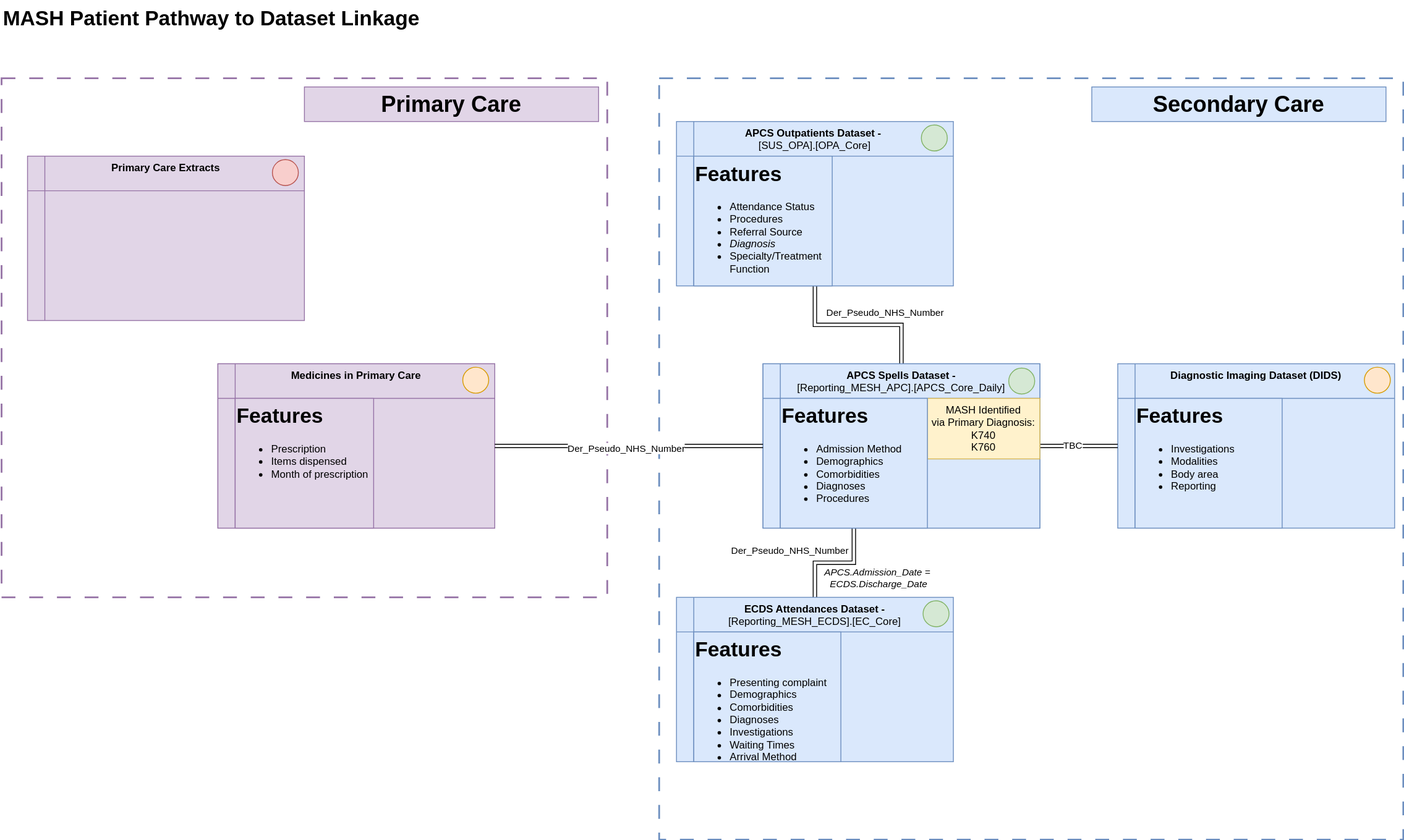
The draw.io diagram images/dataset_pathway_linkage.drawio.svg in NHS-Transformation-Unit/HSDS_MASH, before a commit. Source tidied: cells renumbered, new cells last; positions are measured from the earlier drawing's top-left corner, leaving out a move shared by most shapes. Its diagram source:
```xml
<mxGraphModel>
  <root>
    <mxCell id="0" />
    <mxCell id="1" parent="0" />
    <mxCell id="2" style="rounded=0;whiteSpace=wrap;html=1;fillColor=none;strokeColor=#9673a6;strokeWidth=2;dashed=1;dashPattern=8 8;" parent="1" vertex="1">
      <mxGeometry y="90" width="700" height="600" as="geometry" />
    </mxCell>
    <mxCell id="3" style="rounded=0;whiteSpace=wrap;html=1;fillColor=none;strokeColor=#6c8ebf;dashed=1;dashPattern=8 8;strokeWidth=2;perimeterSpacing=0;" parent="1" vertex="1">
      <mxGeometry x="760" y="90" width="860" height="880" as="geometry" />
    </mxCell>
    <mxCell id="4" style="edgeStyle=orthogonalEdgeStyle;rounded=0;jettySize=auto;html=1;entryX=0.5;entryY=1;entryDx=0;entryDy=0;shape=link;" parent="1" edge="1" source="25" target="20">
      <mxGeometry relative="1" as="geometry" />
    </mxCell>
    <mxCell id="5" value="Der_Pseudo_NHS_Number" style="edgeLabel;html=1;align=center;verticalAlign=middle;" parent="4" vertex="1">
      <mxGeometry x="0.29" y="-1" relative="1" as="geometry">
        <mxPoint x="58" y="-14" as="offset" />
      </mxGeometry>
    </mxCell>
    <mxCell id="6" style="edgeStyle=orthogonalEdgeStyle;rounded=0;jettySize=auto;html=1;entryX=0.5;entryY=0;entryDx=0;entryDy=0;shape=link;" parent="1" edge="1" source="27" target="11">
      <mxGeometry relative="1" as="geometry" />
    </mxCell>
    <mxCell id="7" value="Der_Pseudo_NHS_Number" style="edgeLabel;html=1;align=center;verticalAlign=middle;" parent="6" vertex="1">
      <mxGeometry x="0.39" y="1" relative="1" as="geometry">
        <mxPoint x="-31" y="-17" as="offset" />
      </mxGeometry>
    </mxCell>
    <mxCell id="8" value="APCS.Admission_Date =&lt;div&gt;&amp;nbsp;ECDS.Discharge_Date&lt;/div&gt;" style="edgeLabel;html=1;align=center;verticalAlign=middle;fontStyle=2;" parent="1" vertex="1">
      <mxGeometry x="1010" y="670" as="geometry">
        <mxPoint x="1" y="-3" as="offset" />
      </mxGeometry>
    </mxCell>
    <mxCell id="9" value="&lt;b&gt;Diagnostic Imaging Dataset (DIDS)&lt;/b&gt;" style="shape=internalStorage;whiteSpace=wrap;html=1;backgroundOutline=1;verticalAlign=top;dx=20;dy=40;fillColor=#dae8fc;strokeColor=#6c8ebf;" parent="1" vertex="1">
      <mxGeometry x="1290" y="420" width="320" height="190" as="geometry" />
    </mxCell>
    <mxCell id="10" style="group;" parent="1" vertex="1">
      <mxGeometry x="780" y="690" width="320" height="190" as="geometry" />
    </mxCell>
    <mxCell id="11" value="&lt;b&gt;ECDS Attendances Dataset -&lt;/b&gt;&lt;div&gt;[Reporting_MESH_ECDS].[EC_Core]&lt;/div&gt;" style="shape=internalStorage;whiteSpace=wrap;html=1;backgroundOutline=1;verticalAlign=top;dx=20;dy=40;fillColor=#dae8fc;strokeColor=#6c8ebf;" parent="10" vertex="1">
      <mxGeometry width="320" height="190" as="geometry" />
    </mxCell>
    <mxCell id="12" value="&lt;h1 style=&quot;margin-top: 0px;&quot;&gt;Features&lt;/h1&gt;&lt;ul&gt;&lt;li&gt;&lt;span style=&quot;&quot;&gt;Presenting complaint&lt;/span&gt;&lt;/li&gt;&lt;li&gt;Demographics&lt;/li&gt;&lt;li&gt;Comorbidities&lt;/li&gt;&lt;li&gt;Diagnoses&lt;/li&gt;&lt;li&gt;Investigations&lt;/li&gt;&lt;li&gt;Waiting Times&lt;/li&gt;&lt;li&gt;Arrival Method&lt;/li&gt;&lt;/ul&gt;" style="text;html=1;whiteSpace=wrap;overflow=hidden;rounded=0;fillColor=#dae8fc;strokeColor=#6c8ebf;" parent="10" vertex="1">
      <mxGeometry x="20" y="40" width="170" height="150" as="geometry" />
    </mxCell>
    <mxCell id="13" style="ellipse;whiteSpace=wrap;html=1;fillColor=#d5e8d4;strokeColor=#82b366;" parent="10" vertex="1">
      <mxGeometry x="285" y="4" width="30" height="30" as="geometry" />
    </mxCell>
    <mxCell id="14" value="&lt;h1 style=&quot;margin-top: 0px;&quot;&gt;Features&lt;/h1&gt;&lt;ul&gt;&lt;li&gt;Investigations&lt;/li&gt;&lt;li&gt;Modalities&lt;/li&gt;&lt;li&gt;Body area&lt;/li&gt;&lt;li&gt;Reporting&lt;/li&gt;&lt;/ul&gt;" style="text;html=1;whiteSpace=wrap;overflow=hidden;rounded=0;fillColor=#dae8fc;strokeColor=#6c8ebf;" parent="1" vertex="1">
      <mxGeometry x="1310" y="460" width="170" height="150" as="geometry" />
    </mxCell>
    <mxCell id="15" style="edgeStyle=orthogonalEdgeStyle;rounded=0;jettySize=auto;html=1;entryX=0;entryY=0.5;entryDx=0;entryDy=0;shape=link;" parent="1" edge="1" source="25" target="9">
      <mxGeometry relative="1" as="geometry" />
    </mxCell>
    <mxCell id="16" value="TBC" style="edgeLabel;html=1;align=center;verticalAlign=middle;" parent="15" vertex="1">
      <mxGeometry x="-0.18" y="1" relative="1" as="geometry" />
    </mxCell>
    <mxCell id="17" value="Secondary Care" style="text;html=1;align=center;verticalAlign=middle;whiteSpace=wrap;rounded=0;fontSize=26;fillColor=#dae8fc;strokeColor=#6c8ebf;fontStyle=1;" parent="1" vertex="1">
      <mxGeometry x="1260" y="100" width="340" height="40" as="geometry" />
    </mxCell>
    <mxCell id="18" value="&lt;h1 style=&quot;margin-top: 0px;&quot;&gt;MASH Patient Pathway to Dataset Linkage&lt;/h1&gt;" style="text;html=1;whiteSpace=wrap;overflow=hidden;rounded=0;" parent="1" vertex="1">
      <mxGeometry width="550" height="40" as="geometry" />
    </mxCell>
    <mxCell id="19" style="group;" parent="1" vertex="1">
      <mxGeometry x="780" y="140" width="320" height="190" as="geometry" />
    </mxCell>
    <mxCell id="20" value="&lt;b&gt;APCS Outpatients Dataset -&amp;nbsp;&lt;/b&gt;&lt;div&gt;[SUS_OPA].[OPA_Core]&lt;/div&gt;" style="shape=internalStorage;whiteSpace=wrap;html=1;backgroundOutline=1;verticalAlign=top;dx=20;dy=40;fillColor=#dae8fc;strokeColor=#6c8ebf;" parent="19" vertex="1">
      <mxGeometry width="320" height="190" as="geometry" />
    </mxCell>
    <mxCell id="21" value="&lt;h1 style=&quot;margin-top: 0px;&quot;&gt;Features&lt;/h1&gt;&lt;ul&gt;&lt;li&gt;&lt;span style=&quot;&quot;&gt;Attendance Status&lt;/span&gt;&lt;/li&gt;&lt;li&gt;&lt;span style=&quot;background-color: initial;&quot;&gt;Procedures&lt;/span&gt;&lt;br&gt;&lt;/li&gt;&lt;li&gt;&lt;span style=&quot;background-color: initial;&quot;&gt;Referral Source&lt;/span&gt;&lt;/li&gt;&lt;li&gt;&lt;span style=&quot;background-color: initial;&quot;&gt;&lt;i&gt;Diagnosis&lt;/i&gt;&lt;/span&gt;&lt;/li&gt;&lt;li&gt;&lt;span style=&quot;background-color: initial;&quot;&gt;Specialty/&lt;/span&gt;Treatment Function&lt;/li&gt;&lt;/ul&gt;" style="text;html=1;whiteSpace=wrap;overflow=hidden;rounded=0;fillColor=#dae8fc;strokeColor=#6c8ebf;" parent="19" vertex="1">
      <mxGeometry x="20" y="40" width="160" height="150" as="geometry" />
    </mxCell>
    <mxCell id="22" style="ellipse;whiteSpace=wrap;html=1;fillColor=#d5e8d4;strokeColor=#82b366;" parent="19" vertex="1">
      <mxGeometry x="283" y="4" width="30" height="30" as="geometry" />
    </mxCell>
    <mxCell id="23" style="group;" parent="1" vertex="1">
      <mxGeometry x="880" y="420" width="320" height="190" as="geometry" />
    </mxCell>
    <mxCell id="24" style="group;fillColor=#dae8fc;strokeColor=#6c8ebf;" parent="23" vertex="1">
      <mxGeometry width="320" height="190" as="geometry" />
    </mxCell>
    <mxCell id="25" value="&lt;b&gt;APCS Spells Dataset -&lt;/b&gt;&lt;div&gt;[Reporting_MESH_APC].[APCS_Core_Daily]&lt;/div&gt;" style="shape=internalStorage;whiteSpace=wrap;html=1;backgroundOutline=1;verticalAlign=top;dx=20;dy=40;fillColor=#dae8fc;strokeColor=#6c8ebf;" parent="23" vertex="1">
      <mxGeometry width="320" height="190" as="geometry" />
    </mxCell>
    <mxCell id="26" value="MASH Identified via&amp;nbsp;&lt;span style=&quot;background-color: initial;&quot;&gt;Primary Diagnosis:&lt;/span&gt;&lt;div&gt;&lt;span style=&quot;background-color: initial;&quot;&gt;K740&lt;/span&gt;&lt;/div&gt;&lt;div&gt;&lt;span style=&quot;background-color: initial;&quot;&gt;K760&lt;/span&gt;&lt;/div&gt;" style="text;html=1;align=center;verticalAlign=middle;whiteSpace=wrap;rounded=0;fillColor=#fff2cc;strokeColor=#d6b656;" parent="23" vertex="1">
      <mxGeometry x="190" y="40" width="130" height="70" as="geometry" />
    </mxCell>
    <mxCell id="27" value="&lt;h1 style=&quot;margin-top: 0px;&quot;&gt;Features&lt;/h1&gt;&lt;ul&gt;&lt;li&gt;&lt;span style=&quot;&quot;&gt;Admission Method&lt;/span&gt;&lt;/li&gt;&lt;li&gt;Demographics&lt;/li&gt;&lt;li&gt;Comorbidities&lt;/li&gt;&lt;li&gt;Diagnoses&lt;/li&gt;&lt;li&gt;Procedures&lt;/li&gt;&lt;/ul&gt;" style="text;html=1;whiteSpace=wrap;overflow=hidden;rounded=0;fillColor=#dae8fc;strokeColor=#6c8ebf;" parent="23" vertex="1">
      <mxGeometry x="20" y="40" width="170" height="150" as="geometry" />
    </mxCell>
    <mxCell id="28" style="ellipse;whiteSpace=wrap;html=1;fillColor=#d5e8d4;strokeColor=#82b366;" parent="23" vertex="1">
      <mxGeometry x="284" y="5" width="30" height="30" as="geometry" />
    </mxCell>
    <mxCell id="29" style="ellipse;whiteSpace=wrap;html=1;fillColor=#ffe6cc;strokeColor=#d79b00;" parent="1" vertex="1">
      <mxGeometry x="1575" y="424" width="30" height="30" as="geometry" />
    </mxCell>
    <mxCell id="30" style="group;" parent="1" vertex="1">
      <mxGeometry x="30" y="180" width="320" height="190" as="geometry" />
    </mxCell>
    <mxCell id="31" value="&lt;b&gt;Primary Care Extracts&lt;/b&gt;" style="shape=internalStorage;whiteSpace=wrap;html=1;backgroundOutline=1;verticalAlign=top;dx=20;dy=40;fillColor=#e1d5e7;strokeColor=#9673a6;" parent="30" vertex="1">
      <mxGeometry width="320" height="190" as="geometry" />
    </mxCell>
    <mxCell id="32" style="ellipse;whiteSpace=wrap;html=1;fillColor=#f8cecc;strokeColor=#b85450;" parent="30" vertex="1">
      <mxGeometry x="283" y="4" width="30" height="30" as="geometry" />
    </mxCell>
    <mxCell id="33" style="group;fillColor=#e1d5e7;strokeColor=#9673a6;" parent="1" vertex="1">
      <mxGeometry x="250" y="420" width="320" height="190" as="geometry" />
    </mxCell>
    <mxCell id="34" value="&lt;b&gt;Medicines in Primary Care&lt;/b&gt;" style="shape=internalStorage;whiteSpace=wrap;html=1;backgroundOutline=1;verticalAlign=top;dx=20;dy=40;fillColor=#e1d5e7;strokeColor=#9673a6;" parent="33" vertex="1">
      <mxGeometry width="320" height="190" as="geometry" />
    </mxCell>
    <mxCell id="35" style="ellipse;whiteSpace=wrap;html=1;fillColor=#ffe6cc;strokeColor=#d79b00;" parent="33" vertex="1">
      <mxGeometry x="283" y="4" width="30" height="30" as="geometry" />
    </mxCell>
    <mxCell id="36" value="&lt;h1 style=&quot;margin-top: 0px;&quot;&gt;Features&lt;/h1&gt;&lt;ul&gt;&lt;li&gt;Prescription&lt;/li&gt;&lt;li&gt;Items dispensed&lt;/li&gt;&lt;li&gt;Month of prescription&lt;/li&gt;&lt;/ul&gt;" style="text;html=1;whiteSpace=wrap;overflow=hidden;rounded=0;fillColor=#e1d5e7;strokeColor=#9673a6;" parent="33" vertex="1">
      <mxGeometry x="20" y="40" width="160" height="150" as="geometry" />
    </mxCell>
    <mxCell id="37" style="edgeStyle=orthogonalEdgeStyle;rounded=0;jettySize=auto;html=1;entryX=0;entryY=0.5;entryDx=0;entryDy=0;shape=link;" parent="1" edge="1" source="34" target="25">
      <mxGeometry relative="1" as="geometry" />
    </mxCell>
    <mxCell id="38" value="Der_Pseudo_NHS_Number" style="edgeLabel;html=1;align=center;verticalAlign=middle;" parent="37" vertex="1">
      <mxGeometry x="-0.03" y="-2" relative="1" as="geometry" />
    </mxCell>
    <mxCell id="39" value="Primary Care" style="text;html=1;align=center;verticalAlign=middle;whiteSpace=wrap;rounded=0;fontSize=26;fillColor=#e1d5e7;strokeColor=#9673a6;fontStyle=1;" parent="1" vertex="1">
      <mxGeometry x="350" y="100" width="340" height="40" as="geometry" />
    </mxCell>
  </root>
</mxGraphModel>
```
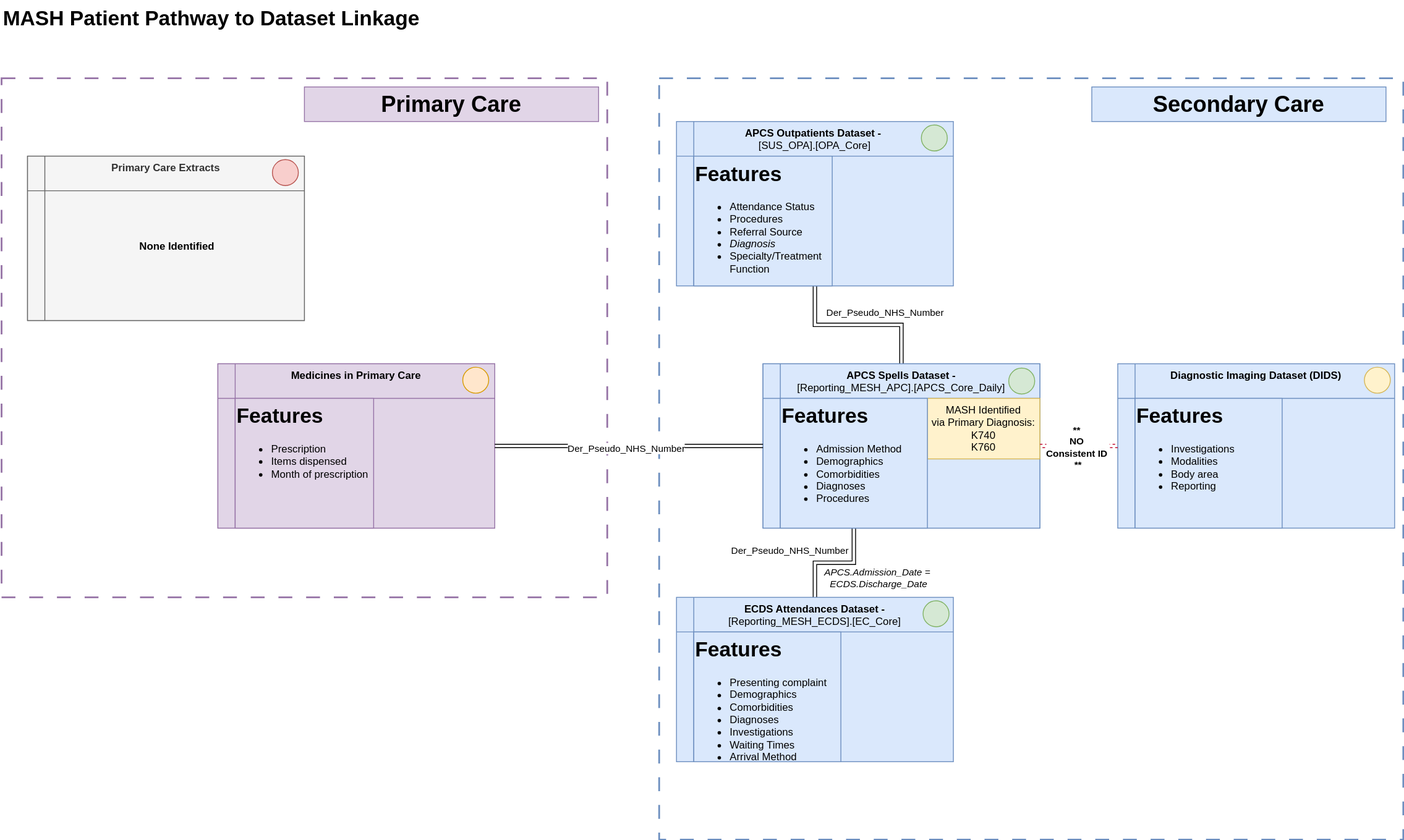
The same diagram one commit later.

What changed in the source:
```diff
@@ -47,12 +47,6 @@
     <mxCell id="14" value="&lt;h1 style=&quot;margin-top: 0px;&quot;&gt;Features&lt;/h1&gt;&lt;ul&gt;&lt;li&gt;Investigations&lt;/li&gt;&lt;li&gt;Modalities&lt;/li&gt;&lt;li&gt;Body area&lt;/li&gt;&lt;li&gt;Reporting&lt;/li&gt;&lt;/ul&gt;" style="text;html=1;whiteSpace=wrap;overflow=hidden;rounded=0;fillColor=#dae8fc;strokeColor=#6c8ebf;" parent="1" vertex="1">
       <mxGeometry x="1310" y="460" width="170" height="150" as="geometry" />
     </mxCell>
-    <mxCell id="15" style="edgeStyle=orthogonalEdgeStyle;rounded=0;jettySize=auto;html=1;entryX=0;entryY=0.5;entryDx=0;entryDy=0;shape=link;" parent="1" edge="1" source="25" target="9">
-      <mxGeometry relative="1" as="geometry" />
-    </mxCell>
-    <mxCell id="16" value="TBC" style="edgeLabel;html=1;align=center;verticalAlign=middle;" parent="15" vertex="1">
-      <mxGeometry x="-0.18" y="1" relative="1" as="geometry" />
-    </mxCell>
     <mxCell id="17" value="Secondary Care" style="text;html=1;align=center;verticalAlign=middle;whiteSpace=wrap;rounded=0;fontSize=26;fillColor=#dae8fc;strokeColor=#6c8ebf;fontStyle=1;" parent="1" vertex="1">
       <mxGeometry x="1260" y="100" width="340" height="40" as="geometry" />
     </mxCell>
@@ -89,18 +83,21 @@
     <mxCell id="28" style="ellipse;whiteSpace=wrap;html=1;fillColor=#d5e8d4;strokeColor=#82b366;" parent="23" vertex="1">
       <mxGeometry x="284" y="5" width="30" height="30" as="geometry" />
     </mxCell>
-    <mxCell id="29" style="ellipse;whiteSpace=wrap;html=1;fillColor=#ffe6cc;strokeColor=#d79b00;" parent="1" vertex="1">
+    <mxCell id="29" style="ellipse;whiteSpace=wrap;html=1;fillColor=#fff2cc;strokeColor=#d6b656;" parent="1" vertex="1">
       <mxGeometry x="1575" y="424" width="30" height="30" as="geometry" />
     </mxCell>
-    <mxCell id="30" style="group;" parent="1" vertex="1">
+    <mxCell id="30" style="group;fillColor=#f5f5f5;fontColor=#333333;strokeColor=#666666;" parent="1" vertex="1">
       <mxGeometry x="30" y="180" width="320" height="190" as="geometry" />
     </mxCell>
-    <mxCell id="31" value="&lt;b&gt;Primary Care Extracts&lt;/b&gt;" style="shape=internalStorage;whiteSpace=wrap;html=1;backgroundOutline=1;verticalAlign=top;dx=20;dy=40;fillColor=#e1d5e7;strokeColor=#9673a6;" parent="30" vertex="1">
+    <mxCell id="31" value="&lt;b&gt;Primary Care Extracts&lt;/b&gt;" style="shape=internalStorage;whiteSpace=wrap;html=1;backgroundOutline=1;verticalAlign=top;dx=20;dy=40;fillColor=#f5f5f5;strokeColor=#666666;fontColor=#333333;" parent="30" vertex="1">
       <mxGeometry width="320" height="190" as="geometry" />
     </mxCell>
     <mxCell id="32" style="ellipse;whiteSpace=wrap;html=1;fillColor=#f8cecc;strokeColor=#b85450;" parent="30" vertex="1">
       <mxGeometry x="283" y="4" width="30" height="30" as="geometry" />
     </mxCell>
+    <mxCell id="40" value="None Identified" style="text;html=1;align=center;verticalAlign=middle;whiteSpace=wrap;rounded=0;fontStyle=1;" parent="30" vertex="1">
+      <mxGeometry x="63" y="90" width="220" height="30" as="geometry" />
+    </mxCell>
     <mxCell id="33" style="group;fillColor=#e1d5e7;strokeColor=#9673a6;" parent="1" vertex="1">
       <mxGeometry x="250" y="420" width="320" height="190" as="geometry" />
     </mxCell>
@@ -122,5 +119,11 @@
     <mxCell id="39" value="Primary Care" style="text;html=1;align=center;verticalAlign=middle;whiteSpace=wrap;rounded=0;fontSize=26;fillColor=#e1d5e7;strokeColor=#9673a6;fontStyle=1;" parent="1" vertex="1">
       <mxGeometry x="350" y="100" width="340" height="40" as="geometry" />
     </mxCell>
+    <mxCell id="15" style="edgeStyle=orthogonalEdgeStyle;rounded=0;jettySize=auto;html=1;entryX=0;entryY=0.5;entryDx=0;entryDy=0;shape=link;dashed=1;strokeColor=#c11033;" parent="1" edge="1" source="25" target="9">
+      <mxGeometry relative="1" as="geometry" />
+    </mxCell>
+    <mxCell id="41" value="&lt;b&gt;**&amp;nbsp;&lt;/b&gt;&lt;div&gt;&lt;b&gt;NO&amp;nbsp;&lt;/b&gt;&lt;div&gt;&lt;b&gt;Consistent ID&amp;nbsp;&lt;/b&gt;&lt;/div&gt;&lt;div&gt;&lt;b&gt;**&lt;/b&gt;&lt;/div&gt;&lt;/div&gt;" style="edgeLabel;html=1;align=center;verticalAlign=middle;" parent="15" vertex="1">
+      <mxGeometry x="-0.04" y="-1" relative="1" as="geometry" />
+    </mxCell>
   </root>
 </mxGraphModel>
```
